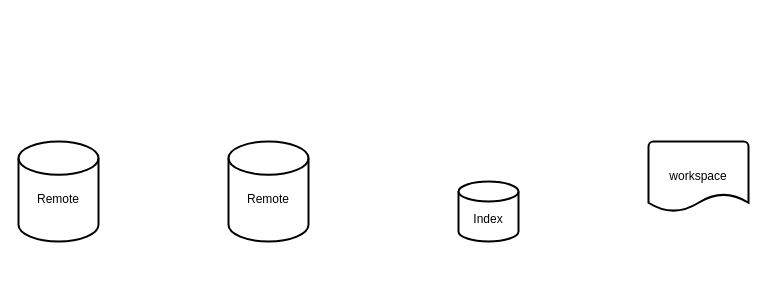
The draw.io diagram Untitled Diagram.drawio in zisiahf/vue2, before the edit. Source tidied: cells renumbered, new cells numbered last; positions are measured from the earlier drawing's top-left corner, leaving out a move shared by most shapes. Both pictures are drawn from the tidied source at 100%, with x=0, y=0 at pixel (18, 141).
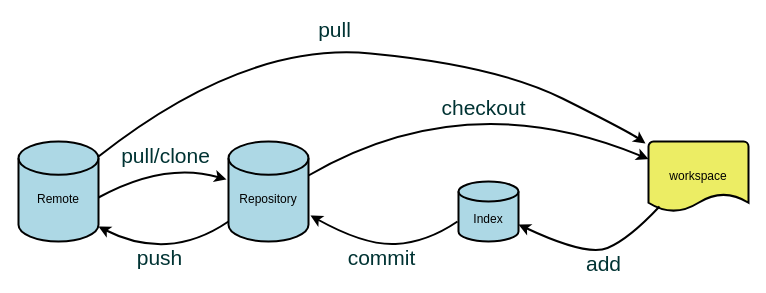
Above is the later version.

What changed in the source:
```diff
@@
-    <mxCell id="2" style="group;" parent="1" vertex="1">
-      <mxGeometry width="295" height="100" as="geometry" />
-    </mxCell>
+    <mxCell id="5" value="&lt;br&gt;Index" style="strokeWidth=2;html=1;shape=mxgraph.flowchart.database;whiteSpace=wrap;fillColor=#add8e5;" parent="1" vertex="1">
+      <mxGeometry x="440" y="40" width="60" height="60" as="geometry" />
+    </mxCell>
+    <mxCell id="6" value="workspace" style="strokeWidth=2;html=1;shape=mxgraph.flowchart.document2;whiteSpace=wrap;size=0.25;fillColor=#eced64;" parent="1" vertex="1">
+      <mxGeometry x="630" width="100" height="70" as="geometry" />
+    </mxCell>
+    <mxCell id="7" style="endArrow=classic;html=1;exitX=1;exitY=0.15;exitDx=0;exitDy=0;exitPerimeter=0;entryX=-0.03;entryY=0.029;entryDx=0;entryDy=0;entryPerimeter=0;curved=1;strokeWidth=2;" parent="1" edge="1" source="3" target="6">
+      <mxGeometry relative="1" as="geometry">
+        <Array as="points">
+          <mxPoint x="226" y="-100" />
+          <mxPoint x="478" y="-76" />
+          <mxPoint x="610" y="-10" />
+        </Array>
+      </mxGeometry>
+    </mxCell>
+    <mxCell id="8" value="&lt;font color=&quot;#003333&quot; style=&quot;font-size: 21px;&quot;&gt;pull&lt;/font&gt;" style="edgeLabel;html=1;align=center;verticalAlign=middle;" parent="7" vertex="1">
+      <mxGeometry x="-0.09" y="-3" relative="1" as="geometry">
+        <mxPoint y="-24" as="offset" />
+      </mxGeometry>
+    </mxCell>
+    <mxCell id="9" value="&lt;font color=&quot;#003333&quot; style=&quot;font-size: 21px;&quot;&gt;pull/clone&lt;/font&gt;" style="edgeLabel;html=1;align=center;verticalAlign=middle;" parent="7" vertex="1">
+      <mxGeometry x="-0.09" y="-3" relative="1" as="geometry">
+        <mxPoint x="-169" y="102" as="offset" />
+      </mxGeometry>
+    </mxCell>
+    <mxCell id="10" value="&lt;font color=&quot;#003333&quot; style=&quot;font-size: 21px;&quot;&gt;checkout&lt;/font&gt;" style="edgeLabel;html=1;align=center;verticalAlign=middle;" parent="7" vertex="1">
+      <mxGeometry x="-0.09" y="-3" relative="1" as="geometry">
+        <mxPoint x="149" y="54" as="offset" />
+      </mxGeometry>
+    </mxCell>
+    <mxCell id="11" value="&lt;font color=&quot;#003333&quot; style=&quot;font-size: 21px;&quot;&gt;add&lt;/font&gt;" style="edgeLabel;html=1;align=center;verticalAlign=middle;" parent="7" vertex="1">
+      <mxGeometry x="-0.09" y="-3" relative="1" as="geometry">
+        <mxPoint x="269" y="210" as="offset" />
+      </mxGeometry>
+    </mxCell>
+    <mxCell id="12" value="&lt;font color=&quot;#003333&quot; style=&quot;font-size: 21px;&quot;&gt;commit&lt;/font&gt;" style="edgeLabel;html=1;align=center;verticalAlign=middle;" parent="7" vertex="1">
+      <mxGeometry x="-0.09" y="-3" relative="1" as="geometry">
+        <mxPoint x="47" y="204" as="offset" />
+      </mxGeometry>
+    </mxCell>
+    <mxCell id="13" value="&lt;font color=&quot;#003333&quot; style=&quot;font-size: 21px;&quot;&gt;push&lt;/font&gt;" style="edgeLabel;html=1;align=center;verticalAlign=middle;" parent="7" vertex="1">
+      <mxGeometry x="-0.09" y="-3" relative="1" as="geometry">
+        <mxPoint x="-175" y="204" as="offset" />
+      </mxGeometry>
+    </mxCell>
-    <mxCell id="3" value="&lt;br&gt;Remote" style="strokeWidth=2;html=1;shape=mxgraph.flowchart.database;whiteSpace=wrap;" parent="2" vertex="1">
+    <mxCell id="3" value="&lt;br&gt;Remote" style="strokeWidth=2;html=1;shape=mxgraph.flowchart.database;whiteSpace=wrap;fillColor=#add8e5;" parent="1" vertex="1">
       <mxGeometry width="80" height="100" as="geometry" />
     </mxCell>
-    <mxCell id="4" value="&lt;br&gt;Remote" style="strokeWidth=2;html=1;shape=mxgraph.flowchart.database;whiteSpace=wrap;" parent="2" vertex="1">
+    <mxCell id="4" value="&lt;br&gt;Repository" style="strokeWidth=2;html=1;shape=mxgraph.flowchart.database;whiteSpace=wrap;fillColor=#add8e5;" parent="1" vertex="1">
       <mxGeometry x="210" width="80" height="100" as="geometry" />
     </mxCell>
-    <mxCell id="5" value="&lt;br&gt;Index" style="strokeWidth=2;html=1;shape=mxgraph.flowchart.database;whiteSpace=wrap;" parent="1" vertex="1">
-      <mxGeometry x="440" y="40" width="60" height="60" as="geometry" />
-    </mxCell>
-    <mxCell id="6" value="workspace" style="strokeWidth=2;html=1;shape=mxgraph.flowchart.document2;whiteSpace=wrap;size=0.25;" parent="1" vertex="1">
-      <mxGeometry x="630" width="100" height="70" as="geometry" />
-    </mxCell>
+    <mxCell id="14" style="endArrow=classic;html=1;startSize=10;curved=1;strokeWidth=2;" parent="1" edge="1">
+      <mxGeometry relative="1" as="geometry">
+        <mxPoint x="80" y="56" as="sourcePoint" />
+        <mxPoint x="208" y="38" as="targetPoint" />
+        <Array as="points">
+          <mxPoint x="146" y="20" />
+        </Array>
+      </mxGeometry>
+    </mxCell>
+    <mxCell id="15" style="endArrow=classic;html=1;entryX=0;entryY=0.25;entryDx=0;entryDy=0;entryPerimeter=0;curved=1;strokeWidth=2;" parent="1" edge="1" target="6">
+      <mxGeometry relative="1" as="geometry">
+        <mxPoint x="290" y="34" as="sourcePoint" />
+        <Array as="points">
+          <mxPoint x="448" y="-58" />
+        </Array>
+      </mxGeometry>
+    </mxCell>
+    <mxCell id="16" style="endArrow=classic;html=1;curved=1;strokeWidth=2;exitX=0.11;exitY=0.929;exitDx=0;exitDy=0;exitPerimeter=0;" parent="1" edge="1" source="6">
+      <mxGeometry relative="1" as="geometry">
+        <mxPoint x="500" y="83" as="targetPoint" />
+        <Array as="points">
+          <mxPoint x="610" y="98" />
+          <mxPoint x="568" y="115" />
+        </Array>
+      </mxGeometry>
+    </mxCell>
+    <mxCell id="17" style="endArrow=classic;html=1;curved=1;strokeWidth=2;" parent="1" edge="1">
+      <mxGeometry relative="1" as="geometry">
+        <mxPoint x="439" y="80" as="sourcePoint" />
+        <mxPoint x="292" y="74" as="targetPoint" />
+        <Array as="points">
+          <mxPoint x="408" y="101" />
+          <mxPoint x="346" y="104" />
+        </Array>
+      </mxGeometry>
+    </mxCell>
+    <mxCell id="18" style="endArrow=classic;html=1;curved=1;strokeWidth=2;entryX=1;entryY=0.85;entryDx=0;entryDy=0;entryPerimeter=0;" parent="1" edge="1" target="3">
+      <mxGeometry relative="1" as="geometry">
+        <mxPoint x="210" y="80" as="sourcePoint" />
+        <Array as="points">
+          <mxPoint x="179" y="101" />
+          <mxPoint x="117" y="104" />
+        </Array>
+      </mxGeometry>
+    </mxCell>
```
